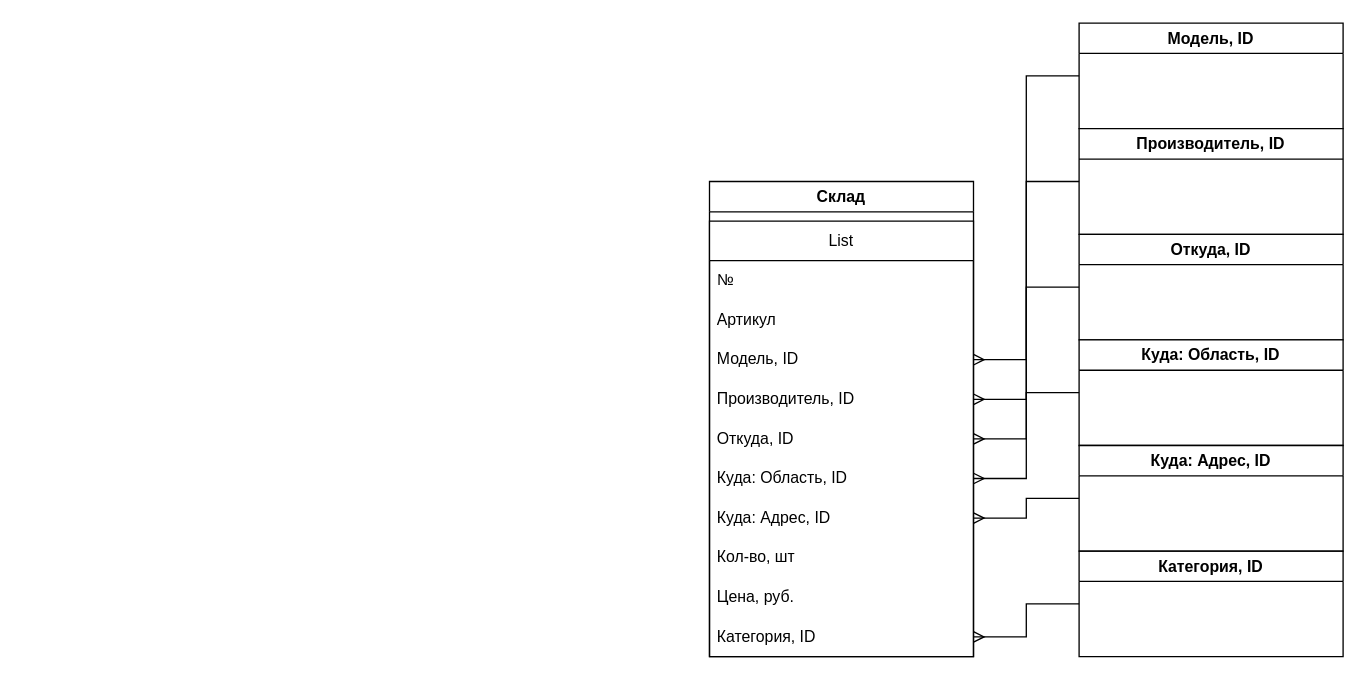
This is Схема_1.drawio from Deviant1407/Info-Security-and-Data-Base, a draw.io file, before an edit. Source tidied: cells renumbered, new cells numbered last; positions are measured from the earlier drawing's top-left corner, leaving out a move shared by most shapes. Both pictures are drawn from the tidied source at 132%, with x=0, y=0 at pixel (709, 22).
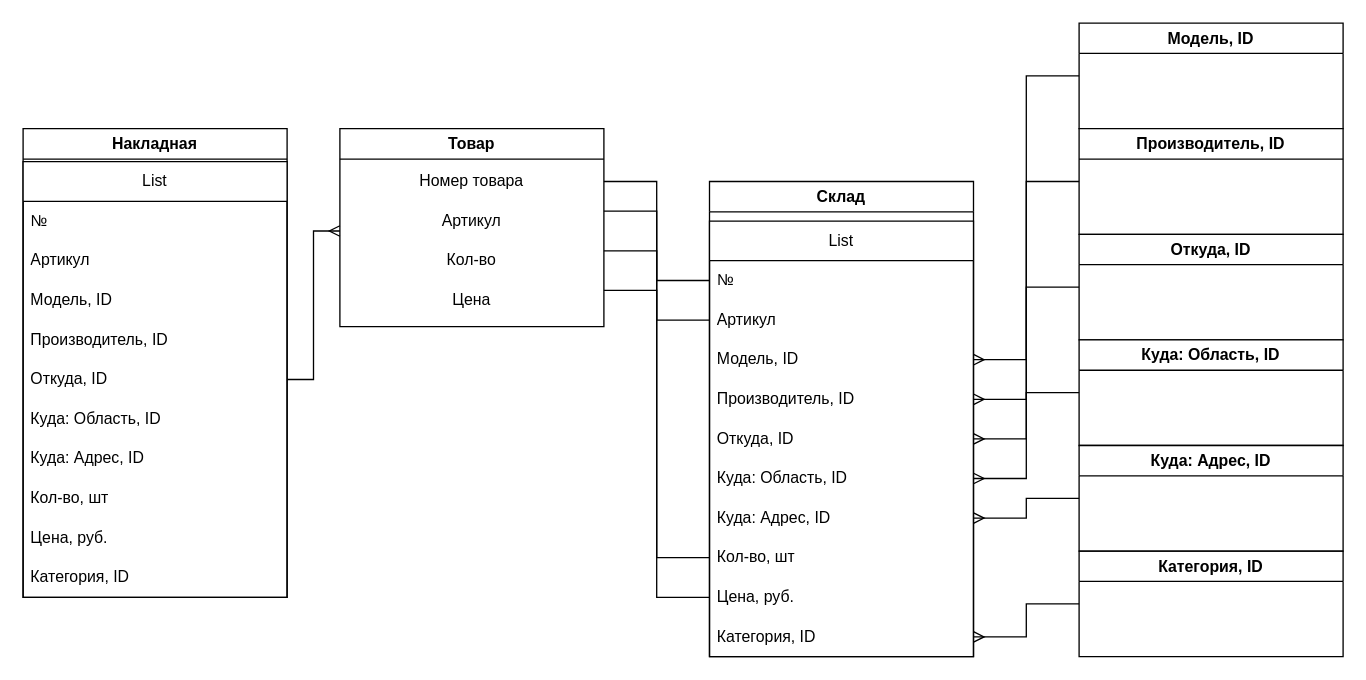
The same page after the edit.

Unchanged cells that the change refers to:
```xml
<mxCell id="10" value="№" style="text;strokeColor=none;fillColor=none;align=left;verticalAlign=middle;spacingLeft=4;spacingRight=4;overflow=hidden;points=[[0,0.5],[1,0.5]];portConstraint=eastwest;whiteSpace=wrap;html=1;" parent="9" vertex="1">
  <mxGeometry y="30" width="200" height="30" as="geometry" />
</mxCell>
<mxCell id="11" value="Артикул" style="text;strokeColor=none;fillColor=none;align=left;verticalAlign=middle;spacingLeft=4;spacingRight=4;overflow=hidden;points=[[0,0.5],[1,0.5]];portConstraint=eastwest;whiteSpace=wrap;html=1;" parent="9" vertex="1">
  <mxGeometry y="60" width="200" height="30" as="geometry" />
</mxCell>
<mxCell id="17" value="Кол-во, шт" style="text;strokeColor=none;fillColor=none;align=left;verticalAlign=middle;spacingLeft=4;spacingRight=4;overflow=hidden;points=[[0,0.5],[1,0.5]];portConstraint=eastwest;whiteSpace=wrap;html=1;" parent="9" vertex="1">
  <mxGeometry y="240" width="200" height="30" as="geometry" />
</mxCell>
<mxCell id="18" value="Цена, руб." style="text;strokeColor=none;fillColor=none;align=left;verticalAlign=middle;spacingLeft=4;spacingRight=4;overflow=hidden;points=[[0,0.5],[1,0.5]];portConstraint=eastwest;whiteSpace=wrap;html=1;" parent="9" vertex="1">
  <mxGeometry y="270" width="200" height="30" as="geometry" />
</mxCell>
```

What changed in the source:
```diff
@@
+    <mxCell id="26" value="Товар" style="swimlane;whiteSpace=wrap;html=1;" parent="1" vertex="1">
+      <mxGeometry x="-280" y="80" width="200" height="150" as="geometry" />
+    </mxCell>
+    <mxCell id="27" value="Номер товара" style="text;html=1;strokeColor=none;fillColor=none;align=center;verticalAlign=middle;whiteSpace=wrap;rounded=0;" parent="26" vertex="1">
+      <mxGeometry y="25" width="200" height="30" as="geometry" />
+    </mxCell>
+    <mxCell id="28" value="Артикул" style="text;html=1;strokeColor=none;fillColor=none;align=center;verticalAlign=middle;whiteSpace=wrap;rounded=0;" parent="26" vertex="1">
+      <mxGeometry y="55" width="200" height="30" as="geometry" />
+    </mxCell>
+    <mxCell id="29" value="Кол-во" style="text;html=1;strokeColor=none;fillColor=none;align=center;verticalAlign=middle;whiteSpace=wrap;rounded=0;" parent="26" vertex="1">
+      <mxGeometry y="85" width="200" height="30" as="geometry" />
+    </mxCell>
+    <mxCell id="30" value="Цена" style="text;html=1;strokeColor=none;fillColor=none;align=center;verticalAlign=middle;whiteSpace=wrap;rounded=0;" parent="26" vertex="1">
+      <mxGeometry y="115" width="200" height="30" as="geometry" />
+    </mxCell>
+    <mxCell id="31" style="endArrow=none;html=1;rounded=0;exitX=1;exitY=0.5;exitDx=0;exitDy=0;entryX=0;entryY=0.5;entryDx=0;entryDy=0;edgeStyle=orthogonalEdgeStyle;" parent="1" edge="1" source="27" target="10">
+      <mxGeometry relative="1" as="geometry" />
+    </mxCell>
+    <mxCell id="32" style="endArrow=none;html=1;rounded=0;exitX=1;exitY=0.25;exitDx=0;exitDy=0;entryX=0;entryY=0.5;entryDx=0;entryDy=0;edgeStyle=orthogonalEdgeStyle;" parent="1" edge="1" source="28" target="11">
+      <mxGeometry relative="1" as="geometry" />
+    </mxCell>
+    <mxCell id="33" style="endArrow=none;html=1;rounded=0;exitX=1;exitY=0.25;exitDx=0;exitDy=0;entryX=0;entryY=0.5;entryDx=0;entryDy=0;edgeStyle=orthogonalEdgeStyle;" parent="1" edge="1" source="29" target="17">
+      <mxGeometry relative="1" as="geometry" />
+    </mxCell>
+    <mxCell id="34" style="endArrow=none;html=1;rounded=0;exitX=1;exitY=0.25;exitDx=0;exitDy=0;entryX=0;entryY=0.5;entryDx=0;entryDy=0;edgeStyle=orthogonalEdgeStyle;" parent="1" edge="1" source="30" target="18">
+      <mxGeometry relative="1" as="geometry" />
+    </mxCell>
+    <mxCell id="35" value="Накладная" style="swimlane;whiteSpace=wrap;html=1;" parent="1" vertex="1">
+      <mxGeometry x="-520" y="80" width="200" height="355" as="geometry" />
+    </mxCell>
+    <mxCell id="36" value="List" style="swimlane;fontStyle=0;horizontal=1;startSize=30;whiteSpace=wrap;html=1;" parent="35" vertex="1">
+      <mxGeometry y="25" width="200" height="330" as="geometry" />
+    </mxCell>
+    <mxCell id="37" value="№" style="text;strokeColor=none;fillColor=none;align=left;verticalAlign=middle;spacingLeft=4;spacingRight=4;overflow=hidden;whiteSpace=wrap;html=1;" parent="36" vertex="1">
+      <mxGeometry y="30" width="200" height="30" as="geometry" />
+    </mxCell>
+    <mxCell id="38" value="Артикул" style="text;strokeColor=none;fillColor=none;align=left;verticalAlign=middle;spacingLeft=4;spacingRight=4;overflow=hidden;whiteSpace=wrap;html=1;" parent="36" vertex="1">
+      <mxGeometry y="60" width="200" height="30" as="geometry" />
+    </mxCell>
+    <mxCell id="39" value="Модель, ID" style="text;strokeColor=none;fillColor=none;align=left;verticalAlign=middle;spacingLeft=4;spacingRight=4;overflow=hidden;whiteSpace=wrap;html=1;" parent="36" vertex="1">
+      <mxGeometry y="90" width="200" height="30" as="geometry" />
+    </mxCell>
+    <mxCell id="40" value="Производитель, ID" style="text;strokeColor=none;fillColor=none;align=left;verticalAlign=middle;spacingLeft=4;spacingRight=4;overflow=hidden;whiteSpace=wrap;html=1;" parent="36" vertex="1">
+      <mxGeometry y="120" width="200" height="30" as="geometry" />
+    </mxCell>
+    <mxCell id="41" value="Откуда, ID" style="text;strokeColor=none;fillColor=none;align=left;verticalAlign=middle;spacingLeft=4;spacingRight=4;overflow=hidden;points=[[0,0.5],[1,0.5]];portConstraint=eastwest;whiteSpace=wrap;html=1;" parent="36" vertex="1">
+      <mxGeometry y="150" width="200" height="30" as="geometry" />
+    </mxCell>
+    <mxCell id="42" value="Куда: Область, ID" style="text;strokeColor=none;fillColor=none;align=left;verticalAlign=middle;spacingLeft=4;spacingRight=4;overflow=hidden;whiteSpace=wrap;html=1;" parent="36" vertex="1">
+      <mxGeometry y="180" width="200" height="30" as="geometry" />
+    </mxCell>
+    <mxCell id="43" value="Куда: Адрес, ID" style="text;strokeColor=none;fillColor=none;align=left;verticalAlign=middle;spacingLeft=4;spacingRight=4;overflow=hidden;whiteSpace=wrap;html=1;" parent="36" vertex="1">
+      <mxGeometry y="210" width="200" height="30" as="geometry" />
+    </mxCell>
+    <mxCell id="44" value="Кол-во, шт" style="text;strokeColor=none;fillColor=none;align=left;verticalAlign=middle;spacingLeft=4;spacingRight=4;overflow=hidden;whiteSpace=wrap;html=1;" parent="36" vertex="1">
+      <mxGeometry y="240" width="200" height="30" as="geometry" />
+    </mxCell>
+    <mxCell id="45" value="Цена, руб." style="text;strokeColor=none;fillColor=none;align=left;verticalAlign=middle;spacingLeft=4;spacingRight=4;overflow=hidden;whiteSpace=wrap;html=1;" parent="36" vertex="1">
+      <mxGeometry y="270" width="200" height="30" as="geometry" />
+    </mxCell>
+    <mxCell id="46" value="Категория, ID" style="text;strokeColor=none;fillColor=none;align=left;verticalAlign=middle;spacingLeft=4;spacingRight=4;overflow=hidden;whiteSpace=wrap;html=1;" parent="36" vertex="1">
+      <mxGeometry y="300" width="200" height="30" as="geometry" />
+    </mxCell>
+    <mxCell id="47" style="edgeStyle=orthogonalEdgeStyle;fontSize=12;html=1;endArrow=ERmany;rounded=0;exitX=1;exitY=0.5;exitDx=0;exitDy=0;entryX=0;entryY=0.75;entryDx=0;entryDy=0;" parent="1" edge="1" source="41" target="28">
+      <mxGeometry relative="1" as="geometry" />
+    </mxCell>
```
